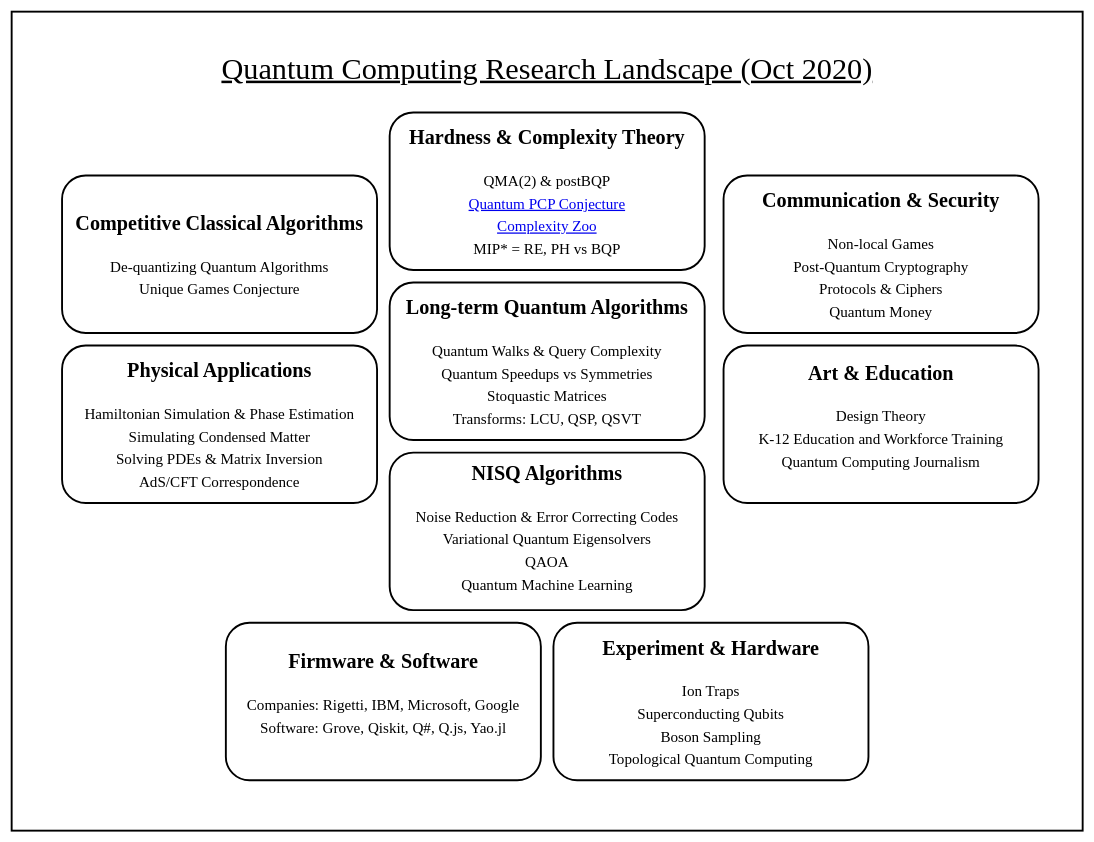
The draw.io diagram qcmap.drawio in marwahaha/qc-landscape, before the edit. Source tidied: cells renumbered, new cells numbered last; positions are measured from the earlier drawing's top-left corner, leaving out a move shared by most shapes. Both pictures are drawn from the tidied source at 63%, with x=0, y=0 at pixel (11, 11).
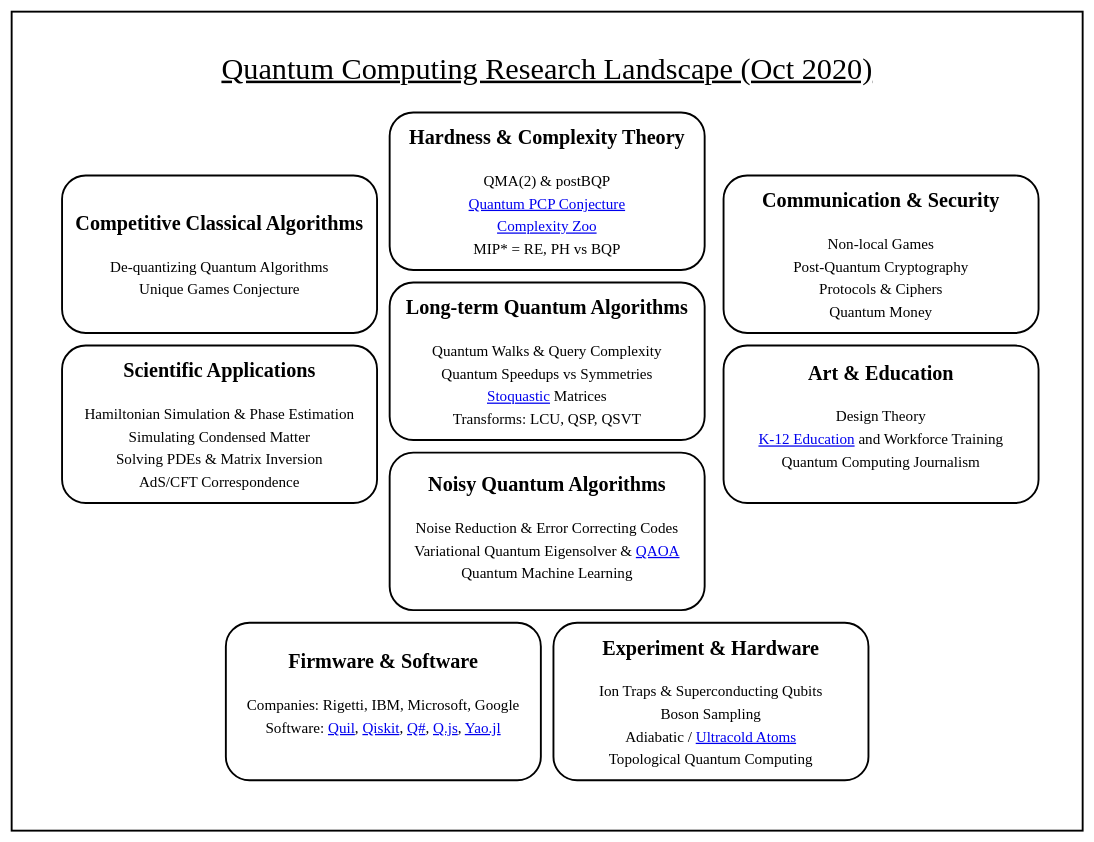
The same page after the edit.

What changed in the source:
```diff
@@
 <mxGraphModel>
   <root>
     <mxCell id="0" />
     <mxCell id="1" parent="0" />
     <mxCell id="2" style="rounded=0;whiteSpace=wrap;html=1;fontFamily=Times New Roman;fontSize=20;align=center;fillColor=none;strokeWidth=3;" parent="1" vertex="1">
       <mxGeometry width="1700" height="1300" as="geometry" />
     </mxCell>
-    <mxCell id="3" value="&lt;p style=&quot;line-height: 150% ; font-size: 24px&quot;&gt;&lt;/p&gt;&lt;div style=&quot;font-size: 32px&quot;&gt;&lt;font style=&quot;font-size: 32px&quot;&gt;&lt;b style=&quot;line-height: 150%&quot;&gt;Experiment &amp;amp; Hardware&lt;br&gt;&lt;/b&gt;&lt;/font&gt;&lt;/div&gt;&lt;div style=&quot;line-height: 150% ; font-size: 18px&quot;&gt;&lt;font style=&quot;font-size: 18px&quot;&gt;&lt;br&gt;&lt;/font&gt;&lt;/div&gt;&lt;div style=&quot;line-height: 150% ; font-size: 24px&quot;&gt;&lt;font style=&quot;font-size: 24px&quot;&gt;Ion Traps&lt;/font&gt;&lt;/div&gt;&lt;div style=&quot;line-height: 150% ; font-size: 24px&quot;&gt;&lt;font style=&quot;font-size: 24px&quot;&gt;Superconducting Qubits&lt;/font&gt;&lt;/div&gt;&lt;div style=&quot;line-height: 150% ; font-size: 24px&quot;&gt;&lt;font style=&quot;font-size: 24px&quot;&gt;Boson Sampling&lt;/font&gt;&lt;/div&gt;&lt;div style=&quot;line-height: 150% ; font-size: 24px&quot;&gt;&lt;font style=&quot;font-size: 24px&quot;&gt;Topological Quantum Computing&lt;/font&gt;&lt;font style=&quot;font-size: 24px&quot;&gt;&lt;br&gt;&lt;/font&gt;&lt;/div&gt;&lt;p style=&quot;font-size: 24px&quot;&gt;&lt;/p&gt;" style="rounded=1;whiteSpace=wrap;html=1;fontFamily=Times New Roman;strokeWidth=3;" parent="1" vertex="1">
+    <mxCell id="3" value="&lt;p style=&quot;line-height: 150% ; font-size: 24px&quot;&gt;&lt;/p&gt;&lt;div style=&quot;font-size: 32px&quot;&gt;&lt;font style=&quot;font-size: 32px&quot;&gt;&lt;b style=&quot;line-height: 150%&quot;&gt;Experiment &amp;amp; Hardware&lt;br&gt;&lt;/b&gt;&lt;/font&gt;&lt;/div&gt;&lt;div style=&quot;line-height: 150% ; font-size: 18px&quot;&gt;&lt;font style=&quot;font-size: 18px&quot;&gt;&lt;br&gt;&lt;/font&gt;&lt;/div&gt;&lt;div style=&quot;line-height: 150% ; font-size: 24px&quot;&gt;&lt;font style=&quot;font-size: 24px&quot;&gt;Ion Traps &amp;amp; Superconducting Qubits&lt;/font&gt;&lt;/div&gt;&lt;div style=&quot;line-height: 150% ; font-size: 24px&quot;&gt;&lt;font style=&quot;font-size: 24px&quot;&gt;Boson Sampling&lt;/font&gt;&lt;/div&gt;&lt;div style=&quot;line-height: 150% ; font-size: 24px&quot;&gt;&lt;font style=&quot;font-size: 24px&quot;&gt;Adiabatic / &lt;a href=&quot;https://en.wikipedia.org/wiki/Ultracold_atom&quot;&gt;Ultracold Atoms&lt;/a&gt;&lt;br&gt;&lt;/font&gt;&lt;/div&gt;&lt;div style=&quot;line-height: 150% ; font-size: 24px&quot;&gt;&lt;font style=&quot;font-size: 24px&quot;&gt;Topological Quantum Computing&lt;/font&gt;&lt;font style=&quot;font-size: 24px&quot;&gt;&lt;br&gt;&lt;/font&gt;&lt;/div&gt;&lt;p style=&quot;font-size: 24px&quot;&gt;&lt;/p&gt;" style="rounded=1;whiteSpace=wrap;html=1;fontFamily=Times New Roman;strokeWidth=3;" parent="1" vertex="1">
       <mxGeometry x="860" y="970" width="500" height="250" as="geometry" />
     </mxCell>
-    <mxCell id="4" value="&lt;p style=&quot;line-height: 150% ; font-size: 24px&quot;&gt;&lt;/p&gt;&lt;div style=&quot;font-size: 32px&quot;&gt;&lt;font style=&quot;font-size: 32px&quot;&gt;&lt;b style=&quot;line-height: 150%&quot;&gt;Firmware &amp;amp; Software&lt;br&gt;&lt;/b&gt;&lt;/font&gt;&lt;/div&gt;&lt;div style=&quot;line-height: 150% ; font-size: 18px&quot;&gt;&lt;font style=&quot;font-size: 18px&quot;&gt;&lt;br&gt;&lt;/font&gt;&lt;/div&gt;&lt;div style=&quot;line-height: 150% ; font-size: 24px&quot;&gt;&lt;font style=&quot;font-size: 24px&quot;&gt;Companies: Rigetti, IBM, Microsoft, Google&lt;/font&gt;&lt;/div&gt;&lt;div style=&quot;line-height: 150% ; font-size: 24px&quot;&gt;&lt;font style=&quot;font-size: 24px&quot;&gt;Software: Grove, Qiskit, Q#, Q.js, Yao.jl&lt;/font&gt;&lt;/div&gt;&lt;font style=&quot;font-size: 24px&quot;&gt;&lt;br&gt;&lt;/font&gt;&lt;p style=&quot;font-size: 24px&quot;&gt;&lt;/p&gt;" style="rounded=1;whiteSpace=wrap;html=1;align=center;fontFamily=Times New Roman;strokeWidth=3;" parent="1" vertex="1">
+    <mxCell id="4" value="&lt;p style=&quot;line-height: 150% ; font-size: 24px&quot;&gt;&lt;/p&gt;&lt;div style=&quot;font-size: 32px&quot;&gt;&lt;font style=&quot;font-size: 32px&quot;&gt;&lt;b style=&quot;line-height: 150%&quot;&gt;Firmware &amp;amp; Software&lt;br&gt;&lt;/b&gt;&lt;/font&gt;&lt;/div&gt;&lt;div style=&quot;line-height: 150% ; font-size: 18px&quot;&gt;&lt;font style=&quot;font-size: 18px&quot;&gt;&lt;br&gt;&lt;/font&gt;&lt;/div&gt;&lt;div style=&quot;line-height: 150% ; font-size: 24px&quot;&gt;&lt;font style=&quot;font-size: 24px&quot;&gt;Companies: Rigetti, IBM, Microsoft, Google&lt;/font&gt;&lt;/div&gt;&lt;div style=&quot;line-height: 150% ; font-size: 24px&quot;&gt;&lt;font style=&quot;font-size: 24px&quot;&gt;Software: &lt;a href=&quot;https://en.wikipedia.org/wiki/Quil_(instruction_set_architecture)&quot;&gt;Quil&lt;/a&gt;, &lt;a href=&quot;https://qiskit.org/&quot;&gt;Qiskit&lt;/a&gt;, &lt;a href=&quot;https://docs.microsoft.com/en-us/quantum/overview/what-is-qsharp-and-qdk&quot;&gt;Q#&lt;/a&gt;, &lt;a href=&quot;https://quantumjavascript.app/&quot;&gt;Q.js&lt;/a&gt;, &lt;a href=&quot;https://yaoquantum.org/&quot;&gt;Yao.jl&lt;/a&gt;&lt;/font&gt;&lt;/div&gt;&lt;font style=&quot;font-size: 24px&quot;&gt;&lt;br&gt;&lt;/font&gt;&lt;p style=&quot;font-size: 24px&quot;&gt;&lt;/p&gt;" style="rounded=1;whiteSpace=wrap;html=1;align=center;fontFamily=Times New Roman;strokeWidth=3;" parent="1" vertex="1">
       <mxGeometry x="340" y="970" width="500" height="250" as="geometry" />
     </mxCell>
-    <mxCell id="5" value="&lt;p style=&quot;line-height: 150%&quot;&gt;&lt;/p&gt;&lt;div style=&quot;font-size: 32px&quot;&gt;&lt;font style=&quot;font-size: 32px&quot;&gt;&lt;b style=&quot;line-height: 150%&quot;&gt;NISQ Algorithms&lt;br&gt;&lt;/b&gt;&lt;/font&gt;&lt;/div&gt;&lt;div style=&quot;line-height: 150% ; font-size: 18px&quot;&gt;&lt;font style=&quot;font-size: 18px&quot;&gt;&lt;br&gt;&lt;/font&gt;&lt;/div&gt;&lt;div style=&quot;line-height: 150% ; font-size: 24px&quot;&gt;&lt;font style=&quot;font-size: 24px&quot;&gt;Noise Reduction &amp;amp; Error Correcting Codes&lt;/font&gt;&lt;/div&gt;&lt;div style=&quot;line-height: 150% ; font-size: 24px&quot;&gt;&lt;font style=&quot;font-size: 24px&quot;&gt;Variational Quantum Eigensolvers&lt;/font&gt;&lt;/div&gt;&lt;div style=&quot;line-height: 150% ; font-size: 24px&quot;&gt;&lt;font style=&quot;font-size: 24px&quot;&gt;QAOA&lt;/font&gt;&lt;/div&gt;&lt;div style=&quot;line-height: 150% ; font-size: 24px&quot;&gt;&lt;font style=&quot;font-size: 24px&quot;&gt;Quantum Machine Learning&lt;/font&gt;&lt;br&gt;&lt;/div&gt;&lt;br&gt;&lt;p&gt;&lt;/p&gt;" style="rounded=1;whiteSpace=wrap;html=1;align=center;fontFamily=Times New Roman;strokeWidth=3;" parent="1" vertex="1">
+    <mxCell id="5" value="&lt;p style=&quot;line-height: 150%&quot;&gt;&lt;/p&gt;&lt;div style=&quot;font-size: 32px&quot;&gt;&lt;font style=&quot;font-size: 32px&quot;&gt;&lt;b style=&quot;line-height: 150%&quot;&gt;Noisy Quantum Algorithms&lt;br&gt;&lt;/b&gt;&lt;/font&gt;&lt;/div&gt;&lt;div style=&quot;line-height: 150% ; font-size: 18px&quot;&gt;&lt;font style=&quot;font-size: 18px&quot;&gt;&lt;br&gt;&lt;/font&gt;&lt;/div&gt;&lt;div style=&quot;line-height: 150% ; font-size: 24px&quot;&gt;&lt;font style=&quot;font-size: 24px&quot;&gt;Noise Reduction &amp;amp; Error Correcting Codes&lt;/font&gt;&lt;/div&gt;&lt;div style=&quot;line-height: 150% ; font-size: 24px&quot;&gt;&lt;font style=&quot;font-size: 24px&quot;&gt;Variational Quantum Eigensolver &amp;amp; &lt;a href=&quot;https://en.wikipedia.org/wiki/Quantum_optimization_algorithms#Quantum_Approximate_Optimization_Algorithm&quot;&gt;QAOA&lt;/a&gt;&lt;/font&gt;&lt;/div&gt;&lt;div style=&quot;line-height: 150% ; font-size: 24px&quot;&gt;&lt;font style=&quot;font-size: 24px&quot;&gt;Quantum Machine Learning&lt;/font&gt;&lt;br&gt;&lt;/div&gt;&lt;br&gt;&lt;p&gt;&lt;/p&gt;" style="rounded=1;whiteSpace=wrap;html=1;align=center;fontFamily=Times New Roman;strokeWidth=3;" parent="1" vertex="1">
       <mxGeometry x="600" y="700" width="500" height="250" as="geometry" />
     </mxCell>
-    <mxCell id="6" value="&lt;p style=&quot;line-height: 150%&quot;&gt;&lt;/p&gt;&lt;div style=&quot;font-size: 32px&quot;&gt;&lt;font style=&quot;font-size: 32px&quot;&gt;&lt;b style=&quot;line-height: 150%&quot;&gt;Physical Applications&lt;br&gt;&lt;/b&gt;&lt;/font&gt;&lt;/div&gt;&lt;div style=&quot;line-height: 150% ; font-size: 18px&quot;&gt;&lt;font style=&quot;font-size: 18px&quot;&gt;&lt;br&gt;&lt;/font&gt;&lt;/div&gt;&lt;div style=&quot;line-height: 150% ; font-size: 24px&quot;&gt;&lt;font style=&quot;font-size: 24px&quot;&gt;Hamiltonian Simulation &amp;amp; Phase Estimation&lt;/font&gt;&lt;/div&gt;&lt;div style=&quot;line-height: 150% ; font-size: 24px&quot;&gt;&lt;font style=&quot;font-size: 24px&quot;&gt;Simulating Condensed Matter&lt;/font&gt;&lt;/div&gt;&lt;div style=&quot;line-height: 150% ; font-size: 24px&quot;&gt;&lt;font style=&quot;font-size: 24px&quot;&gt;Solving PDEs &amp;amp; Matrix Inversion&lt;br&gt;&lt;/font&gt;&lt;/div&gt;&lt;div style=&quot;line-height: 150% ; font-size: 24px&quot;&gt;&lt;font style=&quot;font-size: 24px&quot;&gt;AdS/CFT Correspondence&lt;/font&gt;&lt;/div&gt;&lt;p&gt;&lt;/p&gt;" style="rounded=1;whiteSpace=wrap;html=1;align=center;fontFamily=Times New Roman;strokeWidth=3;" parent="1" vertex="1">
+    <mxCell id="6" value="&lt;p style=&quot;line-height: 150%&quot;&gt;&lt;/p&gt;&lt;div style=&quot;font-size: 32px&quot;&gt;&lt;font style=&quot;font-size: 32px&quot;&gt;&lt;b style=&quot;line-height: 150%&quot;&gt;Scientific Applications&lt;br&gt;&lt;/b&gt;&lt;/font&gt;&lt;/div&gt;&lt;div style=&quot;line-height: 150% ; font-size: 18px&quot;&gt;&lt;font style=&quot;font-size: 18px&quot;&gt;&lt;br&gt;&lt;/font&gt;&lt;/div&gt;&lt;div style=&quot;line-height: 150% ; font-size: 24px&quot;&gt;&lt;font style=&quot;font-size: 24px&quot;&gt;Hamiltonian Simulation &amp;amp; Phase Estimation&lt;/font&gt;&lt;/div&gt;&lt;div style=&quot;line-height: 150% ; font-size: 24px&quot;&gt;&lt;font style=&quot;font-size: 24px&quot;&gt;Simulating Condensed Matter&lt;/font&gt;&lt;/div&gt;&lt;div style=&quot;line-height: 150% ; font-size: 24px&quot;&gt;&lt;font style=&quot;font-size: 24px&quot;&gt;Solving PDEs &amp;amp; Matrix Inversion&lt;br&gt;&lt;/font&gt;&lt;/div&gt;&lt;div style=&quot;line-height: 150% ; font-size: 24px&quot;&gt;&lt;font style=&quot;font-size: 24px&quot;&gt;AdS/CFT Correspondence&lt;/font&gt;&lt;/div&gt;&lt;p&gt;&lt;/p&gt;" style="rounded=1;whiteSpace=wrap;html=1;align=center;fontFamily=Times New Roman;strokeWidth=3;" parent="1" vertex="1">
       <mxGeometry x="80" y="530" width="500" height="250" as="geometry" />
     </mxCell>
-    <mxCell id="7" value="&lt;p style=&quot;line-height: 160% ; font-size: 24px&quot;&gt;&lt;/p&gt;&lt;div style=&quot;font-size: 32px&quot;&gt;&lt;font style=&quot;font-size: 32px&quot;&gt;&lt;b style=&quot;line-height: 150%&quot;&gt;Art &amp;amp; Education&lt;br&gt;&lt;/b&gt;&lt;/font&gt;&lt;/div&gt;&lt;div style=&quot;line-height: 150% ; font-size: 18px&quot;&gt;&lt;font style=&quot;font-size: 18px&quot;&gt;&lt;br&gt;&lt;/font&gt;&lt;/div&gt;&lt;div style=&quot;line-height: 150% ; font-size: 24px&quot;&gt;&lt;font style=&quot;font-size: 24px ; line-height: 150%&quot;&gt;Design Theory&lt;/font&gt;&lt;/div&gt;&lt;div style=&quot;line-height: 150% ; font-size: 24px&quot;&gt;&lt;font style=&quot;font-size: 24px ; line-height: 150%&quot;&gt;K-12 Education and Workforce Training&lt;br&gt;&lt;/font&gt;&lt;/div&gt;&lt;div style=&quot;line-height: 150% ; font-size: 24px&quot;&gt;&lt;font style=&quot;font-size: 24px&quot;&gt;Quantum Computing Journalism&lt;br&gt;&lt;/font&gt;&lt;/div&gt;&lt;font style=&quot;font-size: 24px&quot;&gt;&lt;br&gt;&lt;/font&gt;&lt;p style=&quot;font-size: 24px&quot;&gt;&lt;/p&gt;" style="rounded=1;whiteSpace=wrap;html=1;align=center;fontFamily=Times New Roman;strokeWidth=3;" parent="1" vertex="1">
+    <mxCell id="7" value="&lt;p style=&quot;line-height: 160% ; font-size: 24px&quot;&gt;&lt;/p&gt;&lt;div style=&quot;font-size: 32px&quot;&gt;&lt;font style=&quot;font-size: 32px&quot;&gt;&lt;b style=&quot;line-height: 150%&quot;&gt;Art &amp;amp; Education&lt;br&gt;&lt;/b&gt;&lt;/font&gt;&lt;/div&gt;&lt;div style=&quot;line-height: 150% ; font-size: 18px&quot;&gt;&lt;font style=&quot;font-size: 18px&quot;&gt;&lt;br&gt;&lt;/font&gt;&lt;/div&gt;&lt;div style=&quot;line-height: 150% ; font-size: 24px&quot;&gt;&lt;font style=&quot;font-size: 24px ; line-height: 150%&quot;&gt;Design Theory&lt;/font&gt;&lt;/div&gt;&lt;div style=&quot;line-height: 150% ; font-size: 24px&quot;&gt;&lt;font style=&quot;font-size: 24px ; line-height: 150%&quot;&gt;&lt;a href=&quot;https://q12education.org/&quot;&gt;K-12 Education&lt;/a&gt; and Workforce Training&lt;br&gt;&lt;/font&gt;&lt;/div&gt;&lt;div style=&quot;line-height: 150% ; font-size: 24px&quot;&gt;&lt;font style=&quot;font-size: 24px&quot;&gt;Quantum Computing Journalism&lt;br&gt;&lt;/font&gt;&lt;/div&gt;&lt;font style=&quot;font-size: 24px&quot;&gt;&lt;br&gt;&lt;/font&gt;&lt;p style=&quot;font-size: 24px&quot;&gt;&lt;/p&gt;" style="rounded=1;whiteSpace=wrap;html=1;align=center;fontFamily=Times New Roman;strokeWidth=3;" parent="1" vertex="1">
       <mxGeometry x="1130" y="530" width="500" height="250" as="geometry" />
     </mxCell>
     <mxCell id="8" value="&lt;p style=&quot;line-height: 150%&quot;&gt;&lt;/p&gt;&lt;div style=&quot;font-size: 32px&quot;&gt;&lt;font style=&quot;font-size: 32px&quot;&gt;&lt;b style=&quot;line-height: 150%&quot;&gt;Communication &amp;amp; Security&lt;br&gt;&lt;/b&gt;&lt;/font&gt;&lt;/div&gt;&lt;div style=&quot;line-height: 150% ; font-size: 18px&quot;&gt;&lt;font style=&quot;font-size: 18px&quot;&gt;&lt;br&gt;&lt;/font&gt;&lt;/div&gt;&lt;div style=&quot;line-height: 150% ; font-size: 24px&quot;&gt;&lt;font style=&quot;font-size: 24px&quot;&gt;Non-local Games&lt;/font&gt;&lt;/div&gt;&lt;div style=&quot;line-height: 150% ; font-size: 24px&quot;&gt;&lt;font style=&quot;font-size: 24px&quot;&gt;Post-Quantum Cryptography&lt;/font&gt;&lt;/div&gt;&lt;div style=&quot;line-height: 150% ; font-size: 24px&quot;&gt;&lt;font style=&quot;font-size: 24px&quot;&gt;Protocols &amp;amp; Ciphers&lt;/font&gt;&lt;/div&gt;&lt;div style=&quot;line-height: 150% ; font-size: 24px&quot;&gt;&lt;font style=&quot;font-size: 24px&quot;&gt;Quantum Money&lt;/font&gt;&lt;/div&gt;&lt;p&gt;&lt;/p&gt;" style="rounded=1;whiteSpace=wrap;html=1;align=center;fontFamily=Times New Roman;strokeWidth=3;" parent="1" vertex="1">
       <mxGeometry x="1130" y="260" width="500" height="250" as="geometry" />
     </mxCell>
     <mxCell id="9" value="&lt;p style=&quot;line-height: 150%&quot;&gt;&lt;/p&gt;&lt;div style=&quot;font-size: 32px&quot;&gt;&lt;font style=&quot;font-size: 32px&quot;&gt;&lt;b style=&quot;line-height: 150%&quot;&gt;Competitive Classical Algorithms&lt;br&gt;&lt;/b&gt;&lt;/font&gt;&lt;/div&gt;&lt;div style=&quot;line-height: 150% ; font-size: 18px&quot;&gt;&lt;font style=&quot;font-size: 18px&quot;&gt;&lt;br&gt;&lt;/font&gt;&lt;/div&gt;&lt;div style=&quot;line-height: 150% ; font-size: 24px&quot;&gt;&lt;font style=&quot;font-size: 24px&quot;&gt;De-quantizing Quantum Algorithms&lt;/font&gt;&lt;/div&gt;&lt;div style=&quot;line-height: 150% ; font-size: 24px&quot;&gt;&lt;font style=&quot;font-size: 24px&quot;&gt;Unique Games Conjecture&lt;/font&gt;&lt;/div&gt;&lt;p&gt;&lt;/p&gt;" style="rounded=1;whiteSpace=wrap;html=1;align=center;fontFamily=Times New Roman;strokeWidth=3;" parent="1" vertex="1">
       <mxGeometry x="80" y="260" width="500" height="250" as="geometry" />
     </mxCell>
     <mxCell id="10" value="&lt;p style=&quot;line-height: 150%&quot;&gt;&lt;/p&gt;&lt;div style=&quot;font-size: 32px&quot;&gt;&lt;font style=&quot;font-size: 32px&quot;&gt;&lt;b style=&quot;line-height: 150%&quot;&gt;Hardness &amp;amp; Complexity Theory&lt;br&gt;&lt;/b&gt;&lt;/font&gt;&lt;/div&gt;&lt;div style=&quot;line-height: 150% ; font-size: 18px&quot;&gt;&lt;font style=&quot;font-size: 18px&quot;&gt;&lt;br&gt;&lt;/font&gt;&lt;/div&gt;&lt;div style=&quot;line-height: 150% ; font-size: 24px&quot;&gt;&lt;font style=&quot;font-size: 24px&quot;&gt;QMA(2) &amp;amp; postBQP&lt;/font&gt;&lt;/div&gt;&lt;div style=&quot;line-height: 150% ; font-size: 24px&quot;&gt;&lt;a href=&quot;https://en.wikipedia.org/wiki/PCP_theorem#Quantum_analog_of_the_PCP_theorem&quot;&gt;&lt;font style=&quot;font-size: 24px&quot;&gt;Quantum PCP Conjecture&lt;/font&gt;&lt;/a&gt;&lt;/div&gt;&lt;div style=&quot;line-height: 150% ; font-size: 24px&quot;&gt;&lt;a href=&quot;https://complexityzoo.uwaterloo.ca/Complexity_Zoo&quot;&gt;&lt;font style=&quot;font-size: 24px&quot;&gt;Complexity Zoo&lt;/font&gt;&lt;/a&gt;&lt;/div&gt;&lt;div style=&quot;line-height: 150% ; font-size: 24px&quot;&gt;&lt;font style=&quot;font-size: 24px&quot;&gt;MIP* = RE, PH vs BQP&lt;/font&gt;&lt;br&gt;&lt;/div&gt;&lt;p&gt;&lt;/p&gt;" style="rounded=1;whiteSpace=wrap;html=1;align=center;fontFamily=Times New Roman;strokeWidth=3;" parent="1" vertex="1">
       <mxGeometry x="600" y="160" width="500" height="250" as="geometry" />
     </mxCell>
-    <mxCell id="11" value="&lt;p style=&quot;line-height: 150% ; font-size: 24px&quot;&gt;&lt;/p&gt;&lt;div style=&quot;font-size: 24px&quot;&gt;&lt;font style=&quot;font-size: 24px&quot;&gt;&lt;b style=&quot;line-height: 150% ; font-size: 32px&quot;&gt;Long-term Quantum Algorithms&lt;br&gt;&lt;/b&gt;&lt;/font&gt;&lt;/div&gt;&lt;div style=&quot;line-height: 150% ; font-size: 18px&quot;&gt;&lt;font style=&quot;font-size: 18px&quot;&gt;&lt;br&gt;&lt;/font&gt;&lt;/div&gt;&lt;div style=&quot;line-height: 150% ; font-size: 24px&quot;&gt;&lt;font style=&quot;font-size: 24px&quot;&gt;Quantum Walks &amp;amp; Query Complexity&lt;/font&gt;&lt;/div&gt;&lt;div style=&quot;line-height: 150% ; font-size: 24px&quot;&gt;&lt;font style=&quot;font-size: 24px&quot;&gt;Quantum Speedups vs Symmetries&lt;/font&gt;&lt;/div&gt;&lt;div style=&quot;line-height: 150% ; font-size: 24px&quot;&gt;&lt;font style=&quot;font-size: 24px&quot;&gt;Stoquastic Matrices&lt;/font&gt;&lt;/div&gt;&lt;div style=&quot;line-height: 150% ; font-size: 24px&quot;&gt;&lt;font style=&quot;font-size: 24px&quot;&gt;Transforms: LCU, QSP, QSVT&lt;br&gt;&lt;/font&gt;&lt;/div&gt;&lt;p style=&quot;font-size: 24px&quot;&gt;&lt;/p&gt;" style="rounded=1;whiteSpace=wrap;html=1;align=center;fontFamily=Times New Roman;strokeWidth=3;" parent="1" vertex="1">
+    <mxCell id="11" value="&lt;p style=&quot;line-height: 150% ; font-size: 24px&quot;&gt;&lt;/p&gt;&lt;div style=&quot;font-size: 24px&quot;&gt;&lt;font style=&quot;font-size: 24px&quot;&gt;&lt;b style=&quot;line-height: 150% ; font-size: 32px&quot;&gt;Long-term Quantum Algorithms&lt;br&gt;&lt;/b&gt;&lt;/font&gt;&lt;/div&gt;&lt;div style=&quot;line-height: 150% ; font-size: 18px&quot;&gt;&lt;font style=&quot;font-size: 18px&quot;&gt;&lt;br&gt;&lt;/font&gt;&lt;/div&gt;&lt;div style=&quot;line-height: 150% ; font-size: 24px&quot;&gt;&lt;font style=&quot;font-size: 24px&quot;&gt;Quantum Walks &amp;amp; Query Complexity&lt;/font&gt;&lt;/div&gt;&lt;div style=&quot;line-height: 150% ; font-size: 24px&quot;&gt;&lt;font style=&quot;font-size: 24px&quot;&gt;Quantum Speedups vs Symmetries&lt;/font&gt;&lt;/div&gt;&lt;div style=&quot;line-height: 150% ; font-size: 24px&quot;&gt;&lt;font style=&quot;font-size: 24px&quot;&gt;&lt;a href=&quot;https://en.wiktionary.org/wiki/stoquastic&quot;&gt;Stoquastic&lt;/a&gt; Matrices&lt;/font&gt;&lt;/div&gt;&lt;div style=&quot;line-height: 150% ; font-size: 24px&quot;&gt;&lt;font style=&quot;font-size: 24px&quot;&gt;Transforms: LCU, QSP, QSVT&lt;br&gt;&lt;/font&gt;&lt;/div&gt;&lt;p style=&quot;font-size: 24px&quot;&gt;&lt;/p&gt;" style="rounded=1;whiteSpace=wrap;html=1;align=center;fontFamily=Times New Roman;strokeWidth=3;" parent="1" vertex="1">
       <mxGeometry x="600" y="430" width="500" height="250" as="geometry" />
     </mxCell>
     <mxCell id="12" value="&lt;h1 style=&quot;font-size: 48px&quot;&gt;&lt;span style=&quot;font-size: 48px&quot;&gt;&lt;font style=&quot;font-size: 48px&quot;&gt;&lt;font style=&quot;font-size: 48px&quot;&gt;&lt;span style=&quot;font-size: 48px&quot;&gt;&lt;span style=&quot;font-weight: normal ; font-size: 48px&quot;&gt;Quantum Computing Research Landscape (Oct 2020)&lt;/span&gt;&lt;/span&gt;&lt;/font&gt;&lt;br style=&quot;font-size: 48px&quot;&gt;&lt;/font&gt;&lt;/span&gt;&lt;/h1&gt;" style="text;html=1;strokeColor=none;fillColor=none;align=center;verticalAlign=middle;whiteSpace=wrap;rounded=0;fontStyle=4;fontFamily=Times New Roman;fontSize=48;" parent="1" vertex="1">
       <mxGeometry x="150" y="80" width="1400" height="20" as="geometry" />
     </mxCell>
   </root>
 </mxGraphModel>
```
